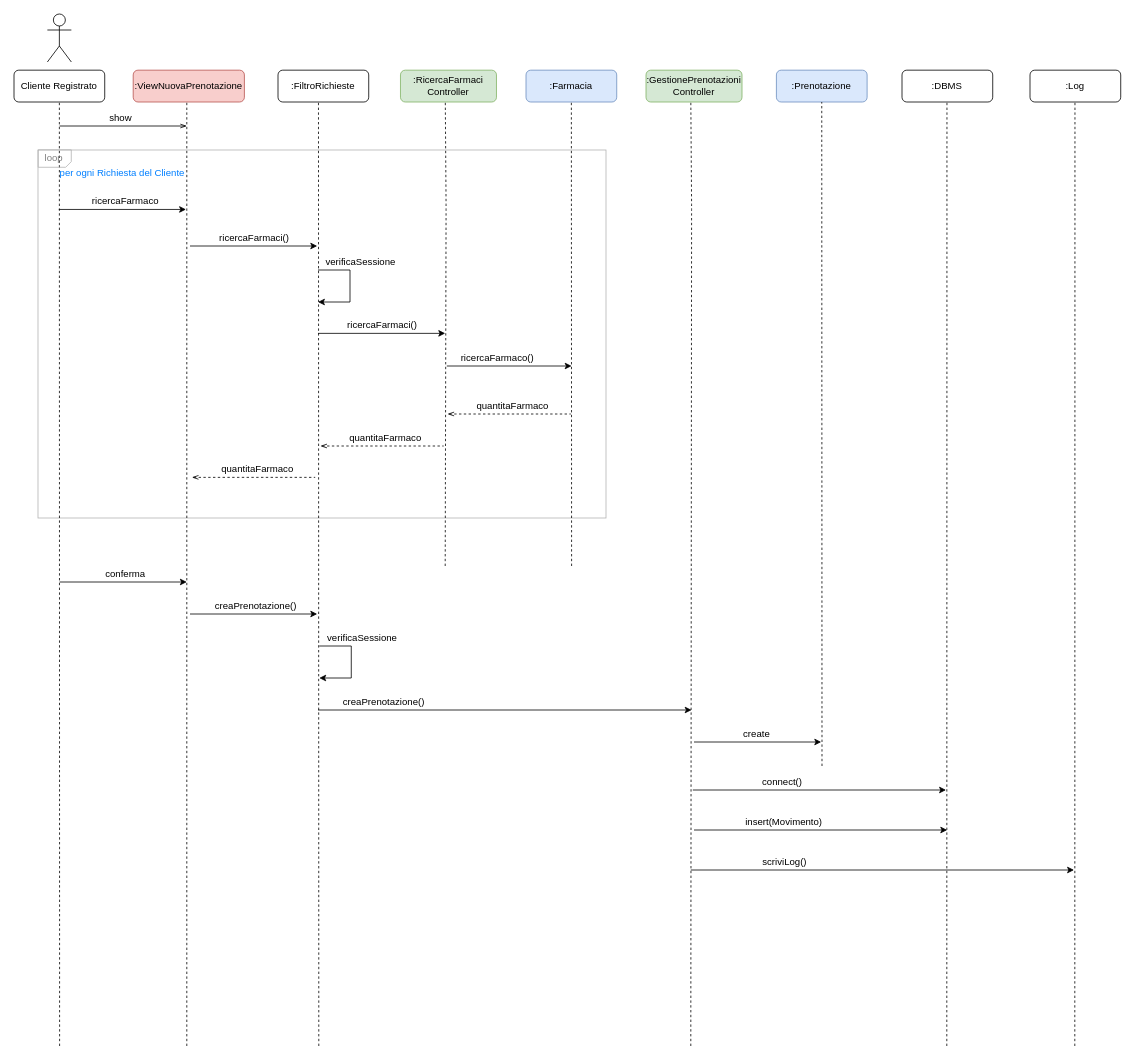
This is page "NuovaPrenotazione" (3 of 7) of drawio/Progettazione/Interazione.drawio from lnwor/farmabyte-doc, a draw.io file, before an edit. Source tidied: cells renumbered, new cells numbered last; positions are measured from the earlier drawing's top-left corner, leaving out a move shared by most shapes. Both pictures are drawn from the tidied source at 80%, with x=0, y=0 at pixel (14, 14).
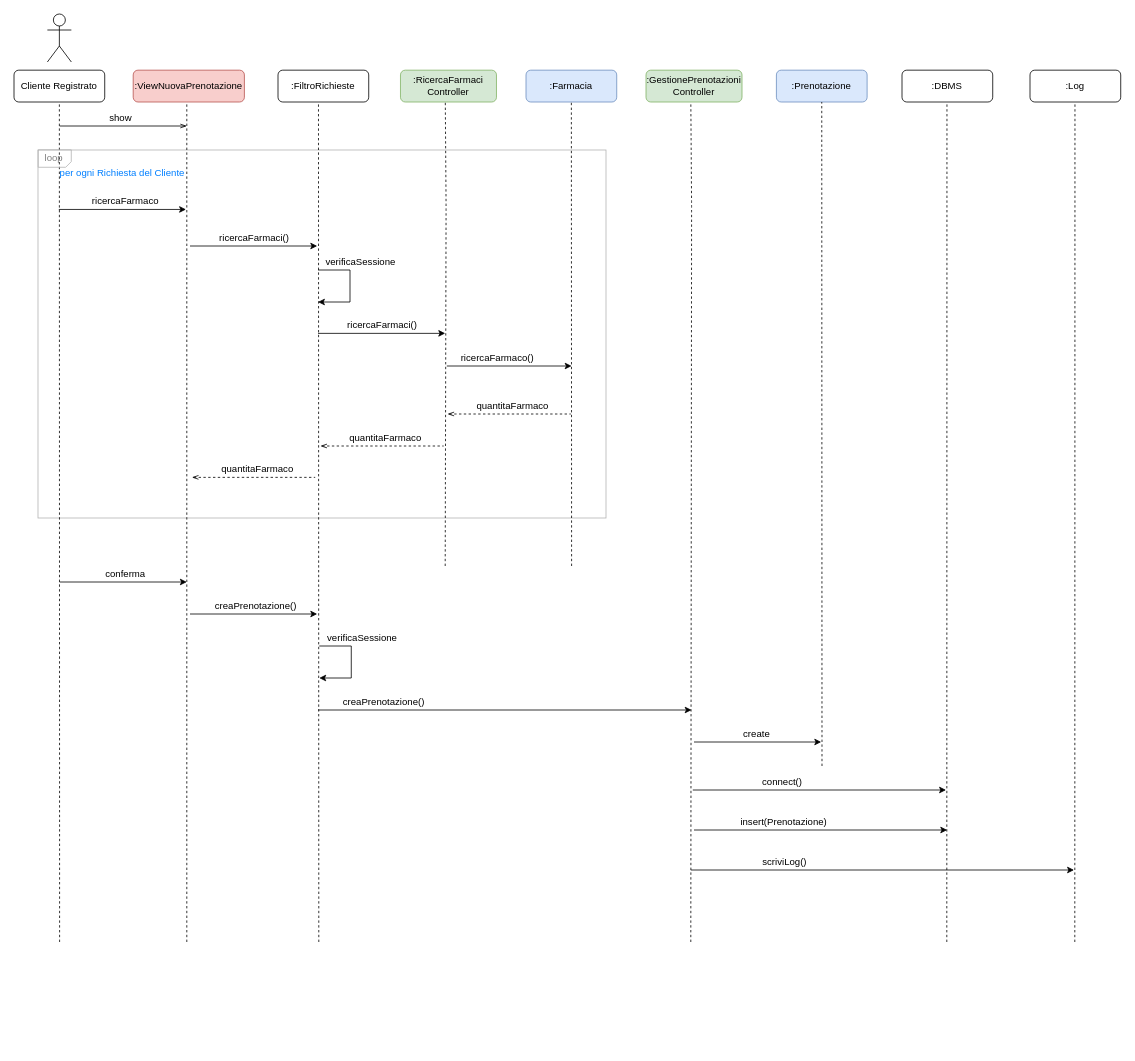
The same diagram, later.

Unchanged cells that the change refers to:
```xml
<mxCell id="6" value=":GestionePrenotazioni&lt;br&gt;Controller" style="rounded=1;whiteSpace=wrap;html=1;fillColor=#d5e8d4;strokeColor=#82b366;" parent="1" vertex="1">
  <mxGeometry x="790" y="70.2" width="120" height="39.8" as="geometry" />
</mxCell>
<mxCell id="9" value="Cliente Registrato" style="rounded=1;whiteSpace=wrap;html=1;" parent="1" vertex="1">
  <mxGeometry y="70.2" width="113.4" height="39.8" as="geometry" />
</mxCell>
```

Change to the diagram source:
```diff
@@
     <mxCell id="10" style="endArrow=none;dashed=1;html=1;entryX=0.5;entryY=1;entryDx=0;entryDy=0;" parent="1" edge="1" target="9">
       <mxGeometry relative="1" as="geometry">
-        <mxPoint x="57" y="1290" as="sourcePoint" />
+        <mxPoint x="57" y="1160" as="sourcePoint" />
       </mxGeometry>
     </mxCell>
     <mxCell id="11" style="endArrow=none;dashed=1;html=1;entryX=0.5;entryY=1;entryDx=0;entryDy=0;" parent="1" edge="1">
       <mxGeometry relative="1" as="geometry">
-        <mxPoint x="216" y="1290" as="sourcePoint" />
+        <mxPoint x="216" y="1160" as="sourcePoint" />
         <mxPoint x="216" y="110" as="targetPoint" />
       </mxGeometry>
     </mxCell>
     <mxCell id="12" style="endArrow=none;dashed=1;html=1;entryX=0.467;entryY=1.023;entryDx=0;entryDy=0;entryPerimeter=0;" parent="1" edge="1" target="6">
       <mxGeometry relative="1" as="geometry">
-        <mxPoint x="846" y="1290" as="sourcePoint" />
+        <mxPoint x="846" y="1160" as="sourcePoint" />
         <Array as="points">
           <mxPoint x="847" y="240" />
         </Array>
       </mxGeometry>
     </mxCell>
@@
     <mxCell id="22" style="endArrow=none;dashed=1;html=1;entryX=0.5;entryY=1;entryDx=0;entryDy=0;" parent="1" edge="1">
       <mxGeometry relative="1" as="geometry">
-        <mxPoint x="381" y="1290" as="sourcePoint" />
+        <mxPoint x="381" y="1160" as="sourcePoint" />
         <mxPoint x="380.6" y="110" as="targetPoint" />
       </mxGeometry>
     </mxCell>
@@
     <mxCell id="50" style="endArrow=none;dashed=1;html=1;entryX=0.5;entryY=1;entryDx=0;entryDy=0;" parent="1" edge="1">
       <mxGeometry relative="1" as="geometry">
-        <mxPoint x="1166" y="1290" as="sourcePoint" />
+        <mxPoint x="1166" y="1160" as="sourcePoint" />
         <mxPoint x="1166.2" y="110" as="targetPoint" />
       </mxGeometry>
     </mxCell>
@@
-    <mxCell id="54" value="insert(Movimento)" style="text;html=1;align=center;verticalAlign=middle;strokeColor=none;" parent="1" vertex="1">
-      <mxGeometry x="906.5" y="1000" width="110" height="20" as="geometry" />
+    <mxCell id="54" value="insert(Prenotazione)" style="text;html=1;align=center;verticalAlign=middle;strokeColor=none;" parent="1" vertex="1">
+      <mxGeometry x="901.5" y="1000" width="120" height="20" as="geometry" />
     </mxCell>
@@
     <mxCell id="56" style="endArrow=none;dashed=1;html=1;entryX=0.5;entryY=1;entryDx=0;entryDy=0;" parent="1" edge="1">
       <mxGeometry relative="1" as="geometry">
-        <mxPoint x="1326" y="1290" as="sourcePoint" />
+        <mxPoint x="1326" y="1160" as="sourcePoint" />
         <mxPoint x="1326.2" y="110" as="targetPoint" />
       </mxGeometry>
     </mxCell>
```
